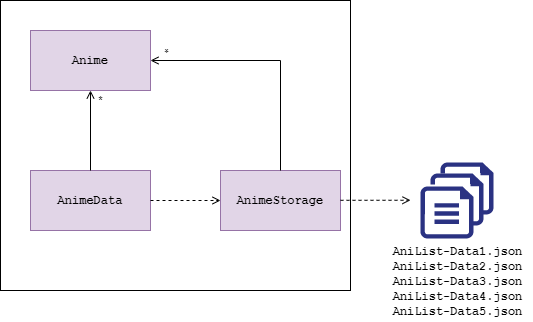
Before: docs/images/AnimeData-Class-Diagram.png, a diagram exported from draw.io (nus-cs2113-AY2021S1/tp). Source tidied: cells renumbered, new cells last; positions are measured from the earlier drawing's top-left corner, leaving out a move shared by most shapes.
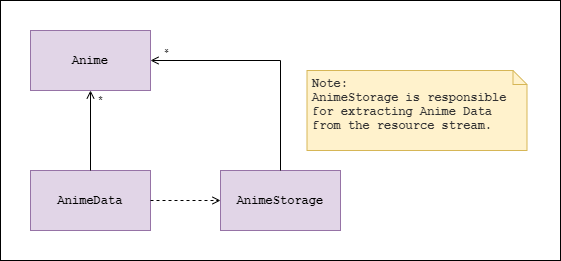
After the change.

Commit message:
Update DG anime data class diagram

The edit, as a diff of the source:
```diff
@@ -3,7 +3,7 @@
     <mxCell id="0" />
     <mxCell id="1" parent="0" />
     <mxCell id="2" style="verticalLabelPosition=bottom;verticalAlign=top;html=1;shape=mxgraph.basic.rect;fillColor2=none;strokeWidth=1;size=20;indent=5;fontFamily=Courier New;fontSize=12;fillColor=none;" parent="1" vertex="1">
-      <mxGeometry width="350" height="290" as="geometry" />
+      <mxGeometry width="560" height="260" as="geometry" />
     </mxCell>
     <mxCell id="3" value="&lt;b&gt;&lt;font face=&quot;Courier New&quot;&gt;AnimeData&lt;br&gt;&lt;/font&gt;&lt;/b&gt;" style="rounded=0;whiteSpace=wrap;html=1;fillColor=#e1d5e7;strokeColor=#9673a6;" parent="1" vertex="1">
       <mxGeometry x="30" y="170" width="120" height="60" as="geometry" />
@@ -31,46 +31,21 @@
         </Array>
       </mxGeometry>
     </mxCell>
-    <mxCell id="8" style="html=1;jettySize=18;whiteSpace=wrap;fontSize=11;strokeColor=#000000;dashed=1;rounded=1;arcSize=12;edgeStyle=orthogonalEdgeStyle;startArrow=none;endArrow=open;" parent="1" edge="1">
-      <mxGeometry relative="1" as="geometry">
-        <mxPoint x="340" y="199.8" as="sourcePoint" />
-        <mxPoint x="410" y="199.8" as="targetPoint" />
-        <Array as="points">
-          <mxPoint x="410" y="199.5" />
-          <mxPoint x="410" y="199.5" />
-        </Array>
+    <mxCell id="8" value="*" style="edgeLabel;html=1;align=center;verticalAlign=middle;rotation=180;" parent="1" vertex="1">
+      <mxGeometry x="190" y="40" as="geometry">
+        <mxPoint x="22" y="-10" as="offset" />
       </mxGeometry>
     </mxCell>
-    <mxCell id="9" value="*" style="edgeLabel;html=1;align=center;verticalAlign=middle;rotation=180;" parent="1" vertex="1">
-      <mxGeometry x="190" y="40" as="geometry">
-        <mxPoint x="22" y="-10" as="offset" />
+    <mxCell id="9" value="*" style="edgeLabel;html=1;align=center;verticalAlign=middle;" parent="1" vertex="1">
+      <mxGeometry x="90" y="100" as="geometry">
+        <mxPoint x="9" y="-1" as="offset" />
       </mxGeometry>
     </mxCell>
-    <mxCell id="10" value="*" style="edgeLabel;html=1;align=center;verticalAlign=middle;" parent="1" vertex="1">
-      <mxGeometry x="90" y="100" as="geometry">
-        <mxPoint x="9" y="-1" as="offset" />
-      </mxGeometry>
+    <mxCell id="10" style="edgeStyle=none;rounded=0;jettySize=auto;html=1;endArrow=open;endFill=0;entryX=0.5;entryY=1;entryDx=0;entryDy=0;exitX=0.5;exitY=0;exitDx=0;exitDy=0;" parent="1" edge="1" source="3" target="4">
+      <mxGeometry relative="1" as="geometry" />
     </mxCell>
-    <mxCell id="11" value="&lt;b&gt;&lt;font face=&quot;Courier New&quot;&gt;AniList-Data1.json&lt;br&gt;&lt;/font&gt;&lt;/b&gt;&lt;b&gt;&lt;font face=&quot;Courier New&quot;&gt;AniList-Data2.json&lt;br&gt;&lt;/font&gt;&lt;/b&gt;&lt;b&gt;&lt;font face=&quot;Courier New&quot;&gt;AniList-Data3.json&lt;br&gt;&lt;/font&gt;&lt;/b&gt;&lt;b&gt;&lt;font face=&quot;Courier New&quot;&gt;AniList-Data4.json&lt;br&gt;&lt;/font&gt;&lt;/b&gt;&lt;b&gt;&lt;font face=&quot;Courier New&quot;&gt;AniList-Data5.json&lt;/font&gt;&lt;/b&gt;&lt;b&gt;&lt;br&gt;&lt;/b&gt;" style="text;html=1;align=center;verticalAlign=middle;" parent="1" vertex="1">
-      <mxGeometry x="381.5" y="241" width="150" height="80" as="geometry" />
+    <mxCell id="11" value="&lt;span style=&quot;color: rgb(51 , 51 , 51)&quot;&gt;Note:&lt;br&gt;AnimeStorage &lt;/span&gt;&lt;b style=&quot;color: rgb(51 , 51 , 51)&quot;&gt;is responsible for extracting Anime Data from the resource stream.&lt;br&gt;&lt;/b&gt;" style="shape=note;whiteSpace=wrap;html=1;size=14;verticalAlign=top;align=left;spacingTop=0;fillColor=#fff2cc;strokeColor=#d6b656;spacing=2;spacingLeft=3;fontStyle=1;fontFamily=Courier New;" parent="1" vertex="1">
+      <mxGeometry x="306.5" y="70" width="220" height="80" as="geometry" />
     </mxCell>
-    <mxCell id="12" style="html=1;whiteSpace=wrap;strokeColor=none;shape=mxgraph.azure.file;whiteSpace=wrap;fontSize=12;spacing=0;strokeOpacity=100;rounded=1;absoluteArcSize=1;arcSize=7.199999999999999;fillColor=#2a3282;strokeWidth=2;fontFamily=Courier New;" parent="1" vertex="1">
-      <mxGeometry x="440" y="162" width="53" height="52" as="geometry" />
-    </mxCell>
-    <mxCell id="13" style="rounded=0;whiteSpace=wrap;html=1;strokeColor=none;" parent="1" vertex="1">
-      <mxGeometry x="430" y="173" width="50" height="49" as="geometry" />
-    </mxCell>
-    <mxCell id="14" style="html=1;whiteSpace=wrap;strokeColor=none;shape=mxgraph.azure.file;whiteSpace=wrap;fontSize=12;spacing=0;strokeOpacity=100;rounded=1;absoluteArcSize=1;arcSize=7.199999999999999;fillColor=#2a3282;strokeWidth=2;fontFamily=Courier New;" parent="1" vertex="1">
-      <mxGeometry x="430" y="173" width="53" height="52" as="geometry" />
-    </mxCell>
-    <mxCell id="15" style="rounded=0;whiteSpace=wrap;html=1;strokeColor=none;" parent="1" vertex="1">
-      <mxGeometry x="420" y="184" width="50" height="48" as="geometry" />
-    </mxCell>
-    <mxCell id="16" style="html=1;whiteSpace=wrap;strokeColor=none;shape=mxgraph.azure.file;whiteSpace=wrap;fontSize=12;spacing=0;strokeOpacity=100;rounded=1;absoluteArcSize=1;arcSize=7.199999999999999;fillColor=#2a3282;strokeWidth=2;fontFamily=Courier New;" parent="1" vertex="1">
-      <mxGeometry x="420" y="186" width="53" height="52" as="geometry" />
-    </mxCell>
-    <mxCell id="17" style="edgeStyle=none;rounded=0;jettySize=auto;html=1;endArrow=open;endFill=0;entryX=0.5;entryY=1;entryDx=0;entryDy=0;exitX=0.5;exitY=0;exitDx=0;exitDy=0;" parent="1" edge="1" source="3" target="4">
-      <mxGeometry relative="1" as="geometry" />
-    </mxCell>
   </root>
 </mxGraphModel>
```
